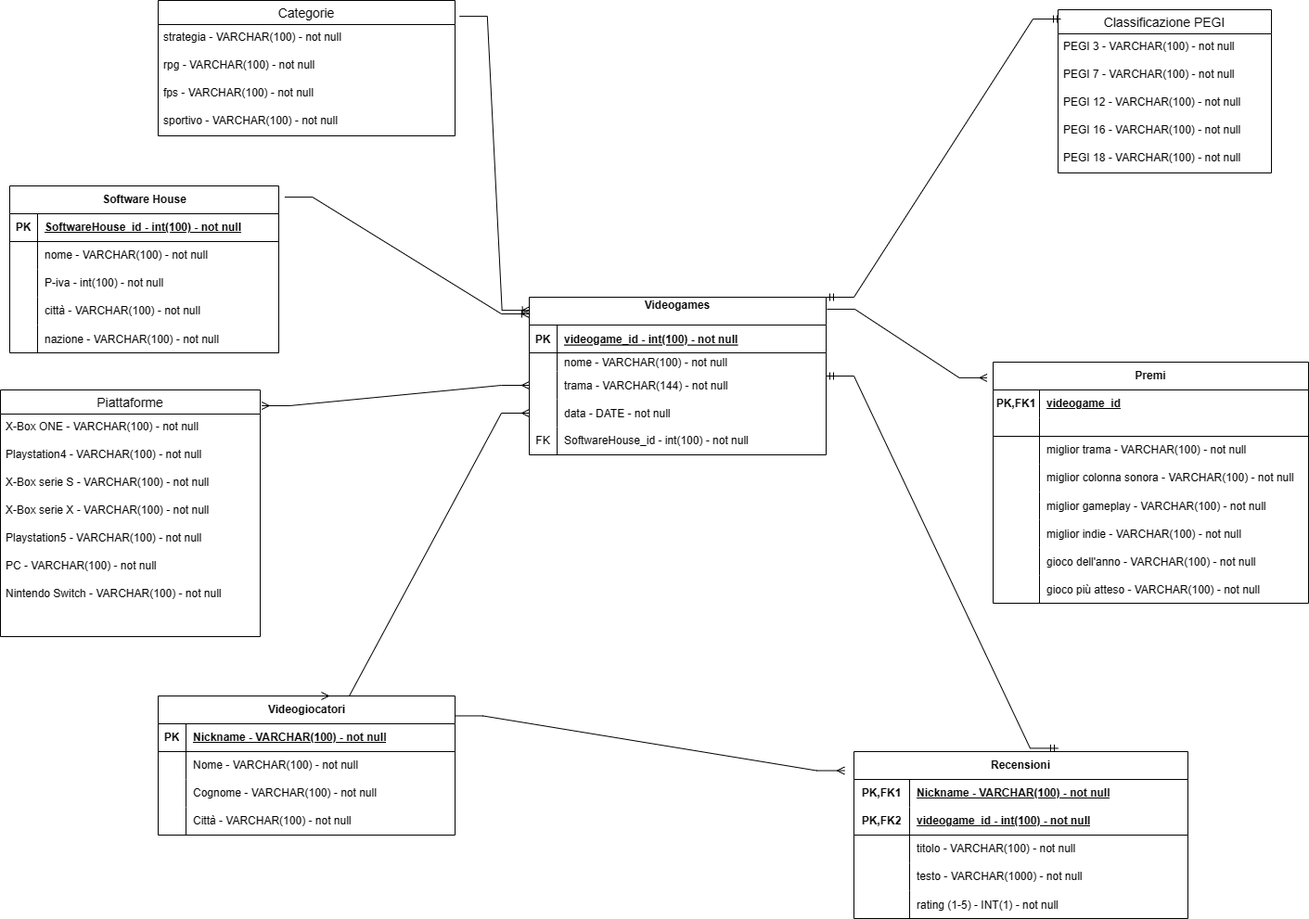
Above: Diagramma senza titolo.drawio.png in LeonardoFilesi/db-videogames (draw.io), before the change. Source tidied: cells renumbered, new cells last; positions are measured from the earlier drawing's top-left corner, leaving out a move shared by most shapes.
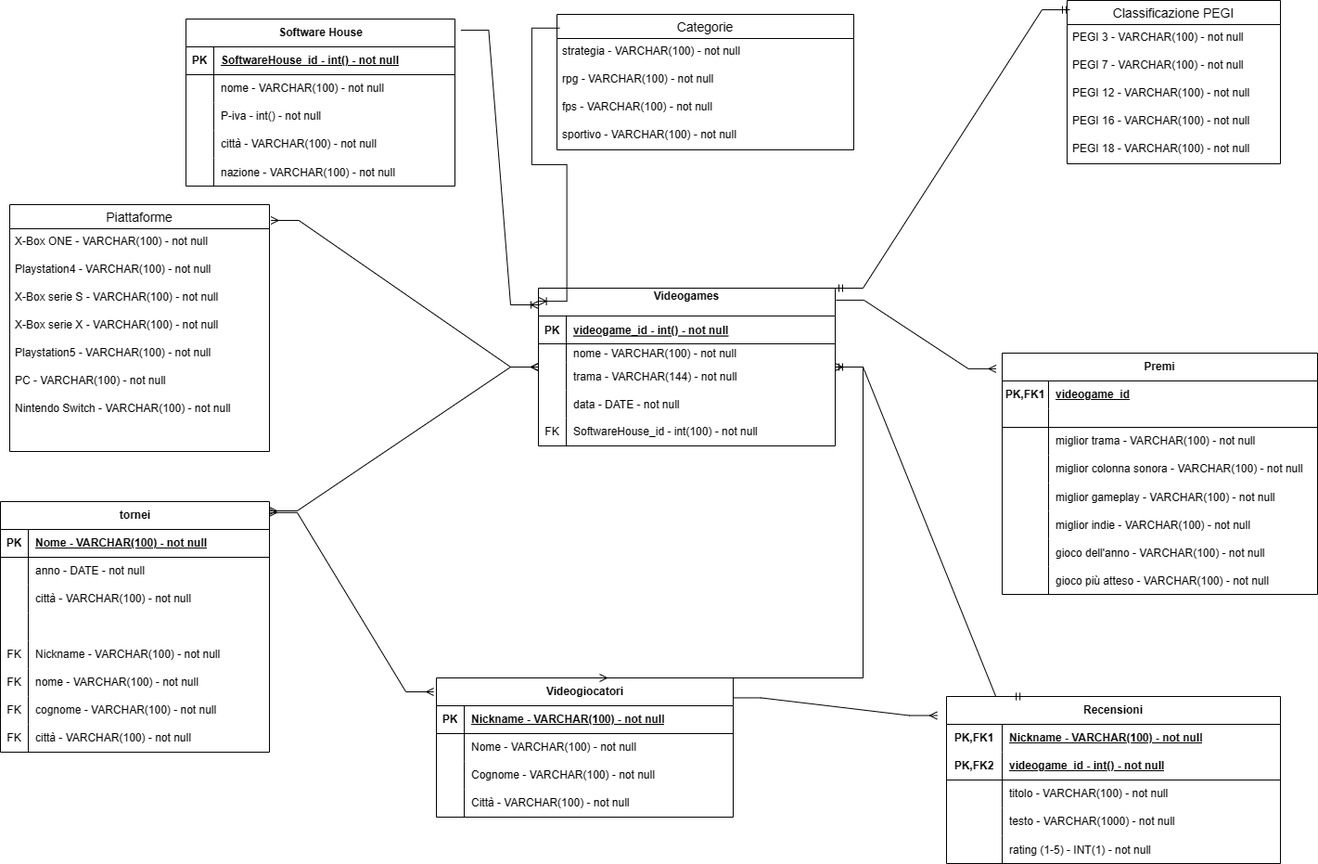
The same file after the commit.

What changed in the source:
```diff
@@ -11,7 +11,7 @@
     <mxCell id="4" value="PK" style="shape=partialRectangle;overflow=hidden;fillColor=none;top=0;left=0;bottom=0;right=0;fontStyle=1;" parent="3" vertex="1">
       <mxGeometry width="30" height="30" as="geometry" />
     </mxCell>
-    <mxCell id="5" value="videogame_id - int(100) - not null" style="shape=partialRectangle;overflow=hidden;fillColor=none;top=0;left=0;bottom=0;right=0;align=left;spacingLeft=6;fontStyle=5;" parent="3" vertex="1">
+    <mxCell id="5" value="videogame_id - int() - not null" style="shape=partialRectangle;overflow=hidden;fillColor=none;top=0;left=0;bottom=0;right=0;align=left;spacingLeft=6;fontStyle=5;" parent="3" vertex="1">
       <mxGeometry x="30" width="290" height="30" as="geometry" />
     </mxCell>
     <mxCell id="6" style="shape=partialRectangle;fillColor=none;top=0;left=0;right=0;bottom=0;" parent="2" vertex="1">
@@ -51,7 +51,7 @@
       <mxGeometry x="30" width="290" height="30" as="geometry" />
     </mxCell>
     <mxCell id="18" value="Software House" style="shape=table;startSize=30;rowLines=0;fontStyle=1;align=center;html=1;" parent="1" vertex="1">
-      <mxGeometry x="10" y="260" width="290" height="180" as="geometry" />
+      <mxGeometry x="190" y="90" width="290" height="180" as="geometry" />
     </mxCell>
     <mxCell id="19" style="shape=tableRow;horizontal=0;startSize=0;swimlaneHead=0;swimlaneBody=0;fillColor=none;top=0;left=0;right=0;bottom=1;" parent="18" vertex="1">
       <mxGeometry y="30" width="290" height="30" as="geometry" />
@@ -59,7 +59,7 @@
     <mxCell id="20" value="PK" style="shape=partialRectangle;fillColor=none;top=0;left=0;bottom=0;right=0;fontStyle=1;overflow=hidden;whiteSpace=wrap;html=1;" parent="19" vertex="1">
       <mxGeometry width="30" height="30" as="geometry" />
     </mxCell>
-    <mxCell id="21" value="SoftwareHouse_id&amp;nbsp;- int(100) - not null" style="shape=partialRectangle;fillColor=none;top=0;left=0;bottom=0;right=0;align=left;spacingLeft=6;fontStyle=5;overflow=hidden;whiteSpace=wrap;html=1;" parent="19" vertex="1">
+    <mxCell id="21" value="SoftwareHouse_id&amp;nbsp;- int() - not null" style="shape=partialRectangle;fillColor=none;top=0;left=0;bottom=0;right=0;align=left;spacingLeft=6;fontStyle=5;overflow=hidden;whiteSpace=wrap;html=1;" parent="19" vertex="1">
       <mxGeometry x="30" width="260" height="30" as="geometry" />
     </mxCell>
     <mxCell id="22" style="shape=tableRow;horizontal=0;startSize=0;swimlaneHead=0;swimlaneBody=0;fillColor=none;top=0;left=0;right=0;bottom=0;" parent="18" vertex="1">
@@ -77,7 +77,7 @@
     <mxCell id="26" style="shape=partialRectangle;fillColor=none;top=0;left=0;bottom=0;right=0;overflow=hidden;whiteSpace=wrap;html=1;" parent="25" vertex="1">
       <mxGeometry width="30" height="30" as="geometry" />
     </mxCell>
-    <mxCell id="27" value="P-iva - int(100) - not null" style="shape=partialRectangle;fillColor=none;top=0;left=0;bottom=0;right=0;align=left;spacingLeft=6;overflow=hidden;whiteSpace=wrap;html=1;" parent="25" vertex="1">
+    <mxCell id="27" value="P-iva - int() - not null" style="shape=partialRectangle;fillColor=none;top=0;left=0;bottom=0;right=0;align=left;spacingLeft=6;overflow=hidden;whiteSpace=wrap;html=1;" parent="25" vertex="1">
       <mxGeometry x="30" width="260" height="30" as="geometry" />
     </mxCell>
     <mxCell id="28" style="shape=tableRow;horizontal=0;startSize=0;swimlaneHead=0;swimlaneBody=0;fillColor=none;top=0;left=0;right=0;bottom=0;" parent="18" vertex="1">
@@ -99,7 +99,7 @@
       <mxGeometry x="30" width="260" height="30" as="geometry" />
     </mxCell>
     <mxCell id="34" value="Piattaforme" style="swimlane;fontStyle=0;horizontal=1;startSize=26;align=center;fontSize=14;" parent="1" vertex="1">
-      <mxGeometry y="480" width="280" height="266" as="geometry" />
+      <mxGeometry y="290" width="280" height="266" as="geometry" />
     </mxCell>
     <mxCell id="35" value="X-Box ONE - VARCHAR(100) - not null" style="text;strokeColor=none;fillColor=none;spacingLeft=4;spacingRight=4;overflow=hidden;fontSize=12;whiteSpace=wrap;html=1;" parent="34" vertex="1">
       <mxGeometry y="26" width="280" height="30" as="geometry" />
@@ -126,7 +126,7 @@
       <mxGeometry y="236" width="280" height="30" as="geometry" />
     </mxCell>
     <mxCell id="43" value="Categorie" style="swimlane;fontStyle=0;horizontal=1;startSize=26;align=center;fontSize=14;" parent="1" vertex="1">
-      <mxGeometry x="170" y="60" width="320" height="146" as="geometry" />
+      <mxGeometry x="590" y="85" width="320" height="146" as="geometry" />
     </mxCell>
     <mxCell id="44" value="strategia&amp;nbsp;- VARCHAR(100) - not null" style="text;strokeColor=none;fillColor=none;spacingLeft=4;spacingRight=4;overflow=hidden;fontSize=12;whiteSpace=wrap;html=1;" parent="43" vertex="1">
       <mxGeometry y="26" width="320" height="30" as="geometry" />
@@ -159,7 +159,7 @@
       <mxGeometry y="146" width="230" height="30" as="geometry" />
     </mxCell>
     <mxCell id="54" value="Videogiocatori" style="shape=table;startSize=30;rowLines=0;fontStyle=1;align=center;html=1;" parent="1" vertex="1">
-      <mxGeometry x="170" y="810" width="320" height="150" as="geometry" />
+      <mxGeometry x="460" y="800" width="320" height="150" as="geometry" />
     </mxCell>
     <mxCell id="55" style="shape=tableRow;horizontal=0;startSize=0;swimlaneHead=0;swimlaneBody=0;fillColor=none;top=0;left=0;right=0;bottom=1;" parent="54" vertex="1">
       <mxGeometry y="30" width="320" height="30" as="geometry" />
@@ -198,7 +198,7 @@
       <mxGeometry x="30" width="290" height="30" as="geometry" />
     </mxCell>
     <mxCell id="67" value="Recensioni" style="shape=table;startSize=30;rowLines=0;fontStyle=1;align=center;html=1;whiteSpace=wrap;" parent="1" vertex="1">
-      <mxGeometry x="920" y="870" width="360" height="180" as="geometry" />
+      <mxGeometry x="1010" y="820" width="360" height="180" as="geometry" />
     </mxCell>
     <mxCell id="68" style="shape=tableRow;horizontal=0;startSize=0;swimlaneHead=0;swimlaneBody=0;fillColor=none;top=0;left=0;right=0;bottom=0;html=1;" parent="67" vertex="1">
       <mxGeometry y="30" width="360" height="30" as="geometry" />
@@ -215,7 +215,7 @@
     <mxCell id="72" value="PK,FK2" style="shape=partialRectangle;fillColor=none;top=0;left=0;bottom=0;right=0;fontStyle=1;overflow=hidden;html=1;whiteSpace=wrap;" parent="71" vertex="1">
       <mxGeometry width="60" height="30" as="geometry" />
     </mxCell>
-    <mxCell id="73" value="videogame_id&amp;nbsp;- int(100) - not null" style="shape=partialRectangle;fillColor=none;top=0;left=0;bottom=0;right=0;align=left;spacingLeft=6;fontStyle=5;overflow=hidden;html=1;whiteSpace=wrap;" parent="71" vertex="1">
+    <mxCell id="73" value="videogame_id&amp;nbsp;- int() - not null" style="shape=partialRectangle;fillColor=none;top=0;left=0;bottom=0;right=0;align=left;spacingLeft=6;fontStyle=5;overflow=hidden;html=1;whiteSpace=wrap;" parent="71" vertex="1">
       <mxGeometry x="60" width="300" height="30" as="geometry" />
     </mxCell>
     <mxCell id="74" style="shape=tableRow;horizontal=0;startSize=0;swimlaneHead=0;swimlaneBody=0;fillColor=none;top=0;left=0;right=0;bottom=0;html=1;" parent="67" vertex="1">
@@ -245,14 +245,14 @@
     <mxCell id="82" value="rating (1-5) - INT(1) - not null" style="shape=partialRectangle;fillColor=none;top=0;left=0;bottom=0;right=0;align=left;spacingLeft=6;overflow=hidden;" parent="80" vertex="1">
       <mxGeometry x="60" width="300" height="30" as="geometry" />
     </mxCell>
-    <mxCell id="83" style="edgeStyle=entityRelationEdgeStyle;fontSize=12;html=1;endArrow=ERmany;startArrow=ERmany;rounded=0;entryX=0;entryY=0.5;entryDx=0;entryDy=0;exitX=1.006;exitY=0.064;exitDx=0;exitDy=0;exitPerimeter=0;" parent="1" edge="1" source="34" target="9">
+    <mxCell id="83" style="edgeStyle=entityRelationEdgeStyle;fontSize=12;html=1;endArrow=ERmany;startArrow=ERmany;rounded=0;exitX=1.006;exitY=0.064;exitDx=0;exitDy=0;exitPerimeter=0;" parent="1" edge="1" source="34" target="2">
       <mxGeometry relative="1" as="geometry">
         <Array as="points">
           <mxPoint x="500" y="420" />
         </Array>
       </mxGeometry>
     </mxCell>
-    <mxCell id="84" style="edgeStyle=entityRelationEdgeStyle;fontSize=12;html=1;endArrow=ERoneToMany;rounded=0;exitX=1.015;exitY=0.117;exitDx=0;exitDy=0;exitPerimeter=0;entryX=0.002;entryY=0.083;entryDx=0;entryDy=0;entryPerimeter=0;" parent="1" edge="1" source="43" target="2">
+    <mxCell id="84" style="edgeStyle=entityRelationEdgeStyle;fontSize=12;html=1;endArrow=ERoneToMany;rounded=0;exitX=0.009;exitY=0.101;exitDx=0;exitDy=0;exitPerimeter=0;entryX=0.002;entryY=0.083;entryDx=0;entryDy=0;entryPerimeter=0;" parent="1" edge="1" source="43" target="2">
       <mxGeometry relative="1" as="geometry">
         <Array as="points">
           <mxPoint x="540" y="280" />
@@ -288,13 +288,14 @@
         </Array>
       </mxGeometry>
     </mxCell>
-    <mxCell id="89" style="edgeStyle=entityRelationEdgeStyle;fontSize=12;html=1;endArrow=ERmandOne;startArrow=ERmandOne;rounded=0;entryX=0.611;entryY=-0.02;entryDx=0;entryDy=0;entryPerimeter=0;" parent="1" edge="1" source="2" target="67">
+    <mxCell id="89" style="edgeStyle=entityRelationEdgeStyle;fontSize=12;html=1;endArrow=ERmandOne;startArrow=ERmandOne;rounded=0;entryX=0.231;entryY=0;entryDx=0;entryDy=0;entryPerimeter=0;" parent="1" edge="1" source="2" target="67">
       <mxGeometry relative="1" as="geometry" />
     </mxCell>
-    <mxCell id="90" style="edgeStyle=entityRelationEdgeStyle;fontSize=12;html=1;endArrow=ERmany;startArrow=ERmany;rounded=0;entryX=0;entryY=0.5;entryDx=0;entryDy=0;exitX=0.55;exitY=0;exitDx=0;exitDy=0;exitPerimeter=0;" parent="1" edge="1" source="54" target="12">
+    <mxCell id="90" style="edgeStyle=entityRelationEdgeStyle;fontSize=12;html=1;endArrow=ERmany;startArrow=ERmany;rounded=0;exitX=0.55;exitY=0;exitDx=0;exitDy=0;exitPerimeter=0;" parent="1" edge="1" source="54" target="2">
       <mxGeometry relative="1" as="geometry">
         <Array as="points">
           <mxPoint x="290" y="590" />
+          <mxPoint x="540" y="690" />
           <mxPoint x="390" y="620" />
         </Array>
       </mxGeometry>
@@ -374,5 +375,86 @@
     <mxCell id="115" value="gioco più atteso - VARCHAR(100) - not null" style="shape=partialRectangle;fillColor=none;top=0;left=0;bottom=0;right=0;align=left;spacingLeft=6;overflow=hidden;" parent="113" vertex="1">
       <mxGeometry x="50" width="290" height="30" as="geometry" />
     </mxCell>
+    <mxCell id="116" value="tornei" style="shape=table;startSize=30;rowLines=0;fontStyle=1;align=center;html=1;" parent="1" vertex="1">
+      <mxGeometry x="-10" y="610" width="290" height="270" as="geometry" />
+    </mxCell>
+    <mxCell id="117" style="shape=tableRow;horizontal=0;startSize=0;swimlaneHead=0;swimlaneBody=0;fillColor=none;top=0;left=0;right=0;bottom=1;" parent="116" vertex="1">
+      <mxGeometry y="30" width="290" height="30" as="geometry" />
+    </mxCell>
+    <mxCell id="118" value="PK" style="shape=partialRectangle;fillColor=none;top=0;left=0;bottom=0;right=0;fontStyle=1;overflow=hidden;whiteSpace=wrap;html=1;" parent="117" vertex="1">
+      <mxGeometry width="30" height="30" as="geometry" />
+    </mxCell>
+    <mxCell id="119" value="Nome - VARCHAR(100) - not null" style="shape=partialRectangle;fillColor=none;top=0;left=0;bottom=0;right=0;align=left;spacingLeft=6;fontStyle=5;overflow=hidden;whiteSpace=wrap;html=1;" parent="117" vertex="1">
+      <mxGeometry x="30" width="260" height="30" as="geometry" />
+    </mxCell>
+    <mxCell id="120" style="shape=tableRow;horizontal=0;startSize=0;swimlaneHead=0;swimlaneBody=0;fillColor=none;top=0;left=0;right=0;bottom=0;" parent="116" vertex="1">
+      <mxGeometry y="60" width="290" height="30" as="geometry" />
+    </mxCell>
+    <mxCell id="121" style="shape=partialRectangle;fillColor=none;top=0;left=0;bottom=0;right=0;overflow=hidden;whiteSpace=wrap;html=1;" parent="120" vertex="1">
+      <mxGeometry width="30" height="30" as="geometry" />
+    </mxCell>
+    <mxCell id="122" value="anno - DATE - not null" style="shape=partialRectangle;fillColor=none;top=0;left=0;bottom=0;right=0;align=left;spacingLeft=6;overflow=hidden;whiteSpace=wrap;html=1;" parent="120" vertex="1">
+      <mxGeometry x="30" width="260" height="30" as="geometry" />
+    </mxCell>
+    <mxCell id="123" style="shape=tableRow;horizontal=0;startSize=0;swimlaneHead=0;swimlaneBody=0;fillColor=none;top=0;left=0;right=0;bottom=0;" parent="116" vertex="1">
+      <mxGeometry y="90" width="290" height="30" as="geometry" />
+    </mxCell>
+    <mxCell id="124" style="shape=partialRectangle;fillColor=none;top=0;left=0;bottom=0;right=0;overflow=hidden;whiteSpace=wrap;html=1;" parent="123" vertex="1">
+      <mxGeometry width="30" height="30" as="geometry" />
+    </mxCell>
+    <mxCell id="125" value="città - VARCHAR(100) - not null" style="shape=partialRectangle;fillColor=none;top=0;left=0;bottom=0;right=0;align=left;spacingLeft=6;overflow=hidden;whiteSpace=wrap;html=1;" parent="123" vertex="1">
+      <mxGeometry x="30" width="260" height="30" as="geometry" />
+    </mxCell>
+    <mxCell id="126" style="shape=tableRow;horizontal=0;startSize=0;swimlaneHead=0;swimlaneBody=0;fillColor=none;top=0;left=0;right=0;bottom=0;" parent="116" vertex="1">
+      <mxGeometry y="120" width="290" height="30" as="geometry" />
+    </mxCell>
+    <mxCell id="127" style="shape=partialRectangle;fillColor=none;top=0;left=0;bottom=0;right=0;overflow=hidden;whiteSpace=wrap;html=1;" parent="126" vertex="1">
+      <mxGeometry width="30" height="30" as="geometry" />
+    </mxCell>
+    <mxCell id="128" style="shape=partialRectangle;fillColor=none;top=0;left=0;bottom=0;right=0;align=left;spacingLeft=6;overflow=hidden;whiteSpace=wrap;html=1;" parent="126" vertex="1">
+      <mxGeometry x="30" width="260" height="30" as="geometry" />
+    </mxCell>
+    <mxCell id="129" style="shape=tableRow;horizontal=0;startSize=0;swimlaneHead=0;swimlaneBody=0;fillColor=none;top=0;left=0;right=0;bottom=0;" parent="116" vertex="1">
+      <mxGeometry y="150" width="290" height="30" as="geometry" />
+    </mxCell>
+    <mxCell id="130" value="FK" style="shape=partialRectangle;fillColor=none;top=0;left=0;bottom=0;right=0;fontStyle=0;overflow=hidden;whiteSpace=wrap;html=1;" parent="129" vertex="1">
+      <mxGeometry width="30" height="30" as="geometry" />
+    </mxCell>
+    <mxCell id="131" value="Nickname - VARCHAR(100) - not null" style="shape=partialRectangle;fillColor=none;top=0;left=0;bottom=0;right=0;align=left;spacingLeft=6;fontStyle=0;overflow=hidden;whiteSpace=wrap;html=1;" parent="129" vertex="1">
+      <mxGeometry x="30" width="260" height="30" as="geometry" />
+    </mxCell>
+    <mxCell id="132" style="shape=tableRow;horizontal=0;startSize=0;swimlaneHead=0;swimlaneBody=0;fillColor=none;top=0;left=0;right=0;bottom=0;" parent="116" vertex="1">
+      <mxGeometry y="180" width="290" height="30" as="geometry" />
+    </mxCell>
+    <mxCell id="133" value="FK" style="shape=partialRectangle;fillColor=none;top=0;left=0;bottom=0;right=0;fontStyle=0;overflow=hidden;whiteSpace=wrap;html=1;" parent="132" vertex="1">
+      <mxGeometry width="30" height="30" as="geometry" />
+    </mxCell>
+    <mxCell id="134" value="nome - VARCHAR(100) - not null" style="shape=partialRectangle;fillColor=none;top=0;left=0;bottom=0;right=0;align=left;spacingLeft=6;fontStyle=0;overflow=hidden;whiteSpace=wrap;html=1;" parent="132" vertex="1">
+      <mxGeometry x="30" width="260" height="30" as="geometry" />
+    </mxCell>
+    <mxCell id="135" style="shape=tableRow;horizontal=0;startSize=0;swimlaneHead=0;swimlaneBody=0;fillColor=none;top=0;left=0;right=0;bottom=0;" parent="116" vertex="1">
+      <mxGeometry y="210" width="290" height="30" as="geometry" />
+    </mxCell>
+    <mxCell id="136" value="FK" style="shape=partialRectangle;fillColor=none;top=0;left=0;bottom=0;right=0;fontStyle=0;overflow=hidden;whiteSpace=wrap;html=1;" parent="135" vertex="1">
+      <mxGeometry width="30" height="30" as="geometry" />
+    </mxCell>
+    <mxCell id="137" value="cognome - VARCHAR(100) - not null" style="shape=partialRectangle;fillColor=none;top=0;left=0;bottom=0;right=0;align=left;spacingLeft=6;fontStyle=0;overflow=hidden;whiteSpace=wrap;html=1;" parent="135" vertex="1">
+      <mxGeometry x="30" width="260" height="30" as="geometry" />
+    </mxCell>
+    <mxCell id="138" style="shape=tableRow;horizontal=0;startSize=0;swimlaneHead=0;swimlaneBody=0;fillColor=none;top=0;left=0;right=0;bottom=0;" parent="116" vertex="1">
+      <mxGeometry y="240" width="290" height="30" as="geometry" />
+    </mxCell>
+    <mxCell id="139" value="FK" style="shape=partialRectangle;fillColor=none;top=0;left=0;bottom=0;right=0;fontStyle=0;overflow=hidden;whiteSpace=wrap;html=1;" parent="138" vertex="1">
+      <mxGeometry width="30" height="30" as="geometry" />
+    </mxCell>
+    <mxCell id="140" value="città - VARCHAR(100) - not null" style="shape=partialRectangle;fillColor=none;top=0;left=0;bottom=0;right=0;align=left;spacingLeft=6;fontStyle=0;overflow=hidden;whiteSpace=wrap;html=1;" parent="138" vertex="1">
+      <mxGeometry x="30" width="260" height="30" as="geometry" />
+    </mxCell>
+    <mxCell id="141" style="edgeStyle=entityRelationEdgeStyle;fontSize=12;html=1;endArrow=ERmany;startArrow=ERmany;rounded=0;exitX=1;exitY=0.044;exitDx=0;exitDy=0;exitPerimeter=0;entryX=-0.009;entryY=0.1;entryDx=0;entryDy=0;entryPerimeter=0;" parent="1" edge="1" source="116" target="54">
+      <mxGeometry relative="1" as="geometry" />
+    </mxCell>
+    <mxCell id="142" style="edgeStyle=entityRelationEdgeStyle;fontSize=12;html=1;endArrow=ERmany;startArrow=ERmany;rounded=0;exitX=1;exitY=0.037;exitDx=0;exitDy=0;exitPerimeter=0;" parent="1" edge="1" source="116" target="2">
+      <mxGeometry relative="1" as="geometry" />
+    </mxCell>
   </root>
 </mxGraphModel>
```
